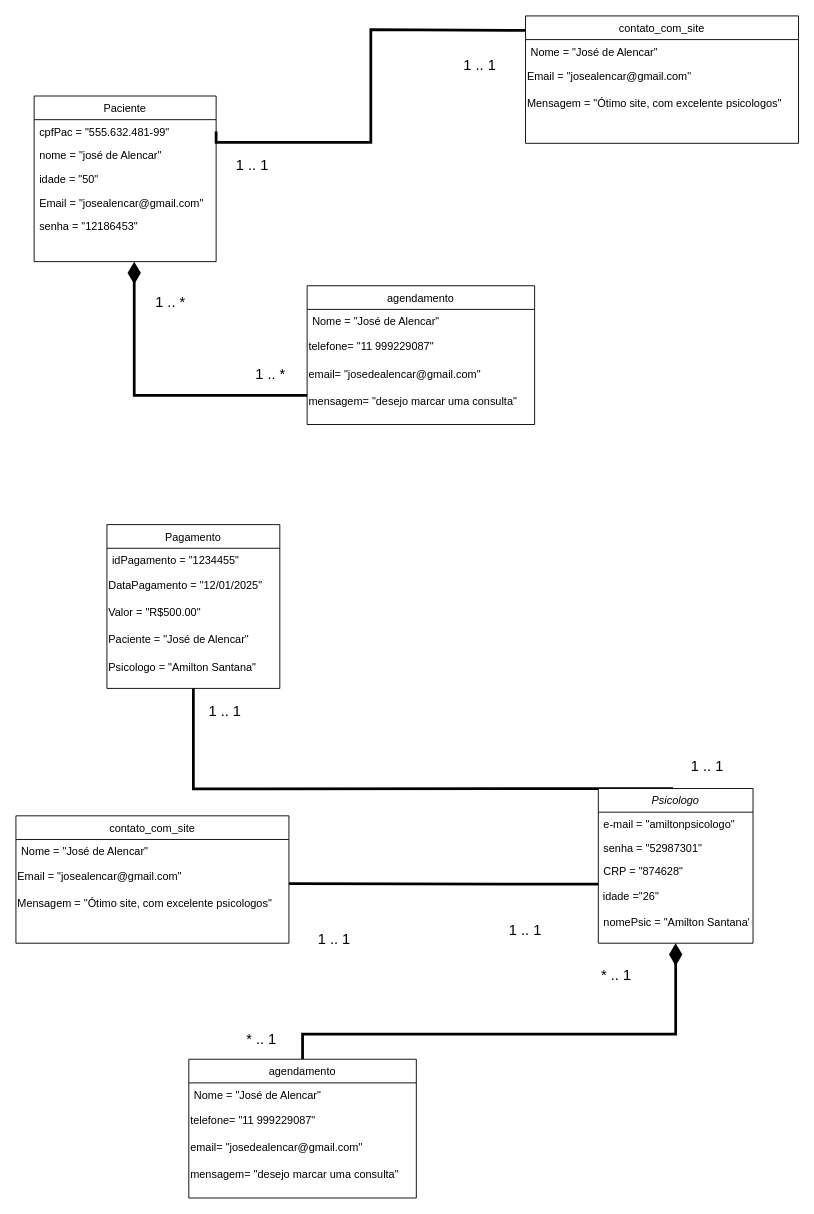
Earlier version of the draw.io diagram diagramadeobjeto.drawio (Patadaoikkk/uml). Source tidied: cells renumbered, new cells numbered last; positions are measured from the earlier drawing's top-left corner, leaving out a move shared by most shapes. Both pictures are drawn from the tidied source at 91%, with x=0, y=0 at pixel (15, 15).
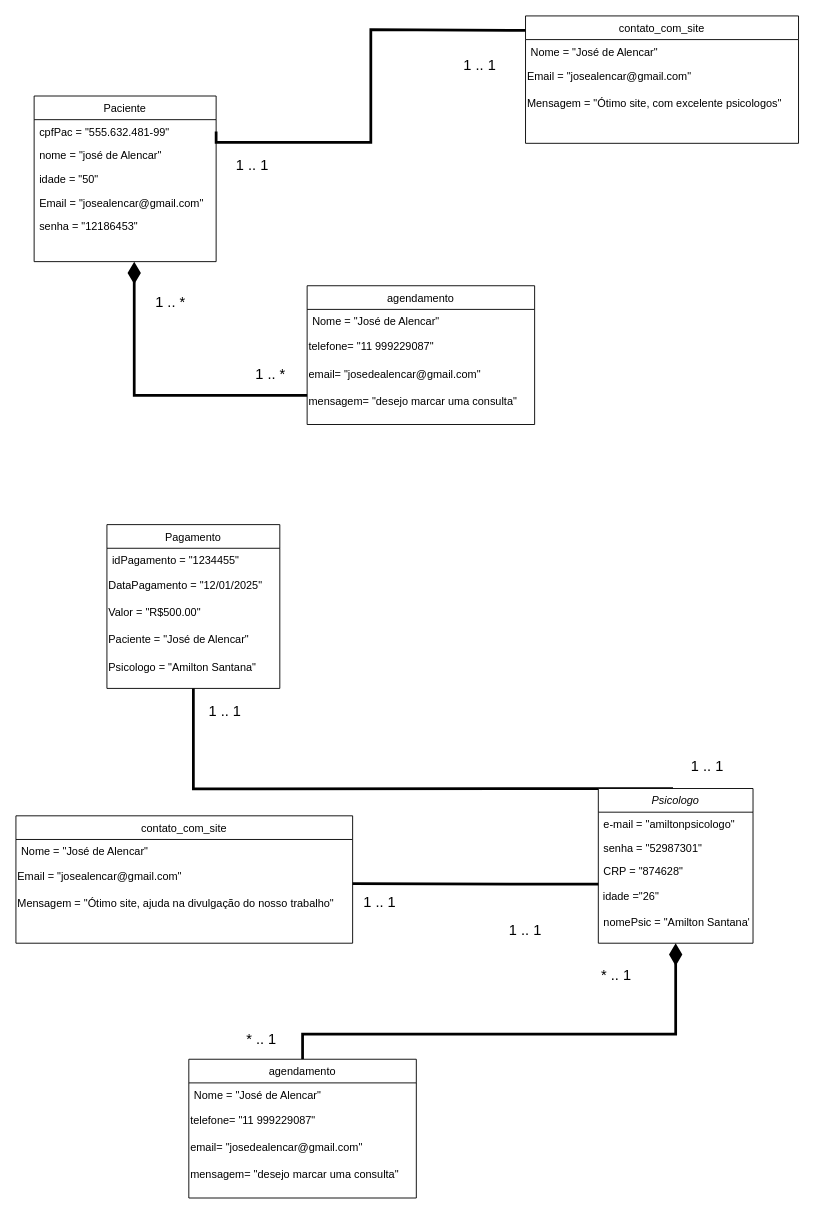
Above is the later version.

The edit, as a diff of the source:
```diff
@@
     <mxCell id="43" value="&lt;font style=&quot;font-size: 16px;&quot;&gt;1 .. 1&lt;/font&gt;" style="text;html=1;align=center;verticalAlign=middle;whiteSpace=wrap;rounded=0;strokeWidth=6;" parent="1" vertex="1">
-      <mxGeometry x="320" y="989" width="60" height="50" as="geometry" />
+      <mxGeometry x="370" y="949" width="60" height="50" as="geometry" />
     </mxCell>
     <mxCell id="44" value="contato_com_site" style="swimlane;fontStyle=0;align=center;verticalAlign=top;horizontal=1;startSize=26;rounded=0;shadow=0;strokeWidth=1;" parent="1" vertex="1">
-      <mxGeometry y="879" width="300" height="140" as="geometry" />
+      <mxGeometry y="879" width="370" height="140" as="geometry" />
     </mxCell>
     <mxCell id="45" value="Nome = &quot;José de Alencar&quot;" style="text;align=left;verticalAlign=top;spacingLeft=4;spacingRight=4;overflow=hidden;" parent="44" vertex="1">
-      <mxGeometry y="26" width="300" height="26" as="geometry" />
+      <mxGeometry y="26" width="370" height="26" as="geometry" />
     </mxCell>
     <mxCell id="46" value="Email&amp;nbsp;= &quot;josealencar@gmail.com&quot;" style="text;html=1;align=left;verticalAlign=middle;whiteSpace=wrap;rounded=0;" parent="44" vertex="1">
-      <mxGeometry y="52" width="300" height="30" as="geometry" />
+      <mxGeometry y="52" width="370" height="30" as="geometry" />
     </mxCell>
-    <mxCell id="47" value="Mensagem = &quot;Ótimo site, com excelente psicologos&quot;" style="text;html=1;align=left;verticalAlign=middle;strokeColor=none;fillColor=none;" parent="44" vertex="1">
-      <mxGeometry y="82" width="300" height="30" as="geometry" />
+    <mxCell id="47" value="Mensagem = &quot;Ótimo site, ajuda na divulgação do nosso trabalho&quot;" style="text;html=1;align=left;verticalAlign=middle;strokeColor=none;fillColor=none;" parent="44" vertex="1">
+      <mxGeometry y="82" width="370" height="30" as="geometry" />
     </mxCell>
```
